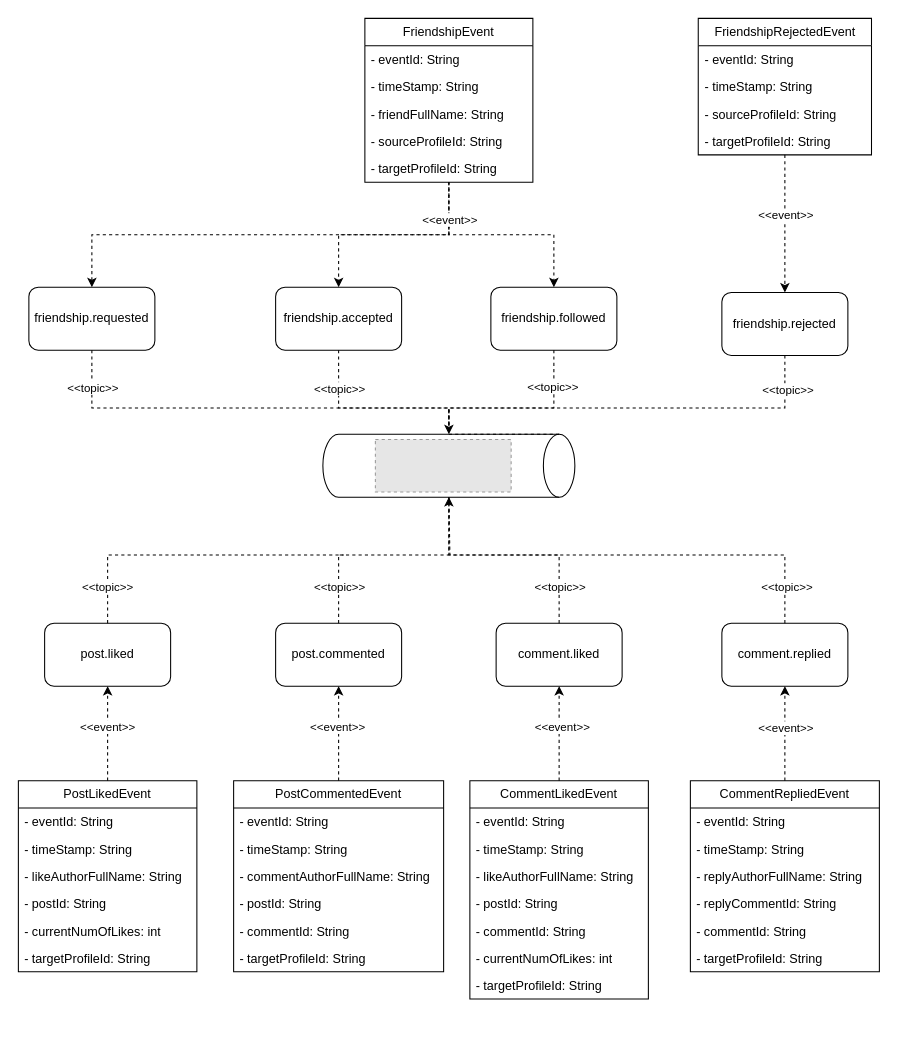
The draw.io diagram services/notifications-service/diagrams/notifications-kafka.drawio in szymonpoltorak/Social365, before the edit. Source tidied: cells renumbered, new cells numbered last; positions are measured from the earlier drawing's top-left corner, leaving out a move shared by most shapes. Both pictures are drawn from the tidied source at 105%, with x=0, y=0 at pixel (18, 18). Pictures stored in the file or linked from it are replaced by grey dashed boxes.
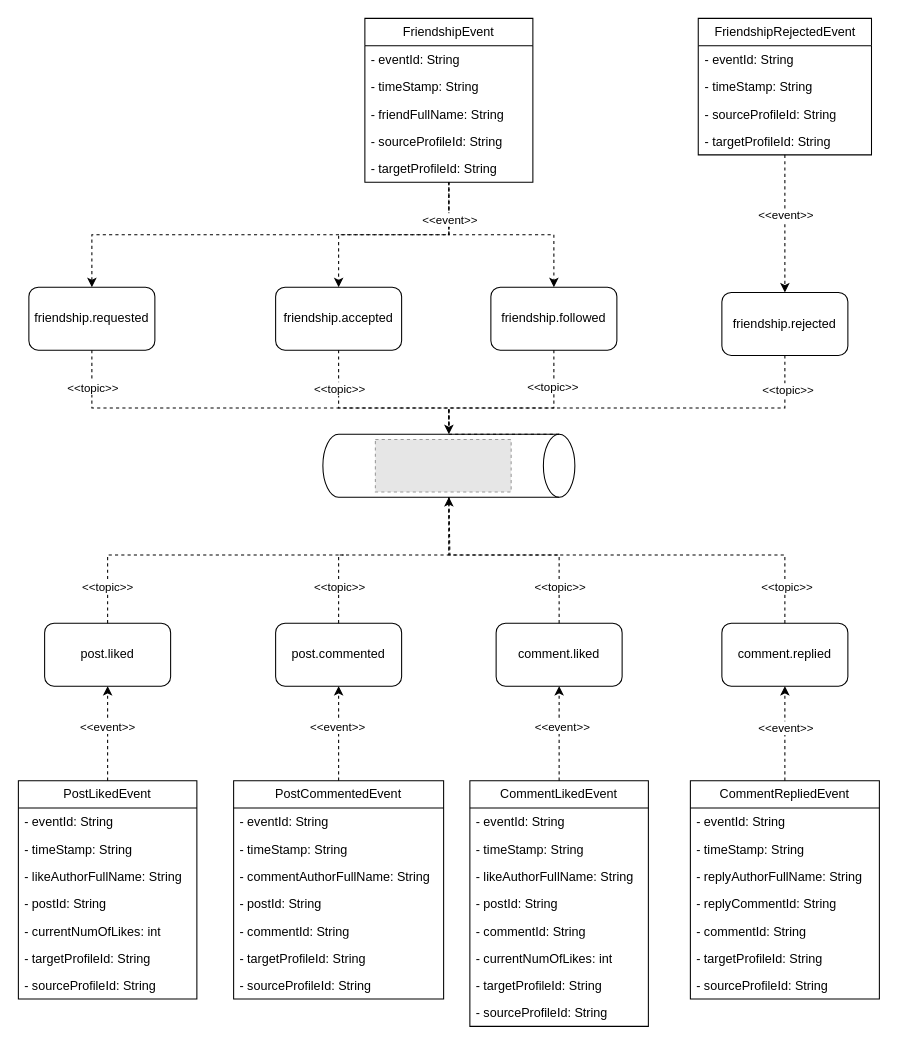
After the change.

The edit, as a diff of the source:
```diff
@@
     <mxCell id="29" value="PostLikedEvent" style="swimlane;fontStyle=0;horizontal=1;startSize=26;fillColor=none;whiteSpace=wrap;html=1;points=[[0,0,0,0,0],[0,0.25,0,0,0],[0,0.5,0,0,0],[0,0.75,0,0,0],[0,1,0,0,0],[0.25,0,0,0,0],[0.25,1,0,0,0],[0.5,0,0,0,0],[0.5,1,0,0,0],[0.75,0,0,0,0],[0.75,1,0,0,0],[1,0,0,0,0],[1,0.25,0,0,0],[1,0.5,0,0,0],[1,0.75,0,0,0],[1,1,0,0,0]];" parent="1" vertex="1">
-      <mxGeometry y="726" width="170" height="182" as="geometry" />
+      <mxGeometry y="726" width="170" height="208" as="geometry" />
     </mxCell>
@@
+    <mxCell id="83" value="- sourceProfileId: String" style="text;strokeColor=none;fillColor=none;align=left;verticalAlign=top;spacingLeft=4;spacingRight=4;overflow=hidden;whiteSpace=wrap;html=1;" parent="29" vertex="1">
+      <mxGeometry y="182" width="170" height="26" as="geometry" />
+    </mxCell>
@@
     <mxCell id="38" value="PostCommentedEvent" style="swimlane;fontStyle=0;horizontal=1;startSize=26;fillColor=none;whiteSpace=wrap;html=1;" parent="1" vertex="1">
-      <mxGeometry x="205" y="726" width="200" height="182" as="geometry" />
+      <mxGeometry x="205" y="726" width="200" height="208" as="geometry" />
     </mxCell>
@@
+    <mxCell id="84" value="- sourceProfileId: String" style="text;strokeColor=none;fillColor=none;align=left;verticalAlign=top;spacingLeft=4;spacingRight=4;overflow=hidden;whiteSpace=wrap;html=1;" parent="38" vertex="1">
+      <mxGeometry y="182" width="200" height="26" as="geometry" />
+    </mxCell>
@@
     <mxCell id="47" value="CommentLikedEvent" style="swimlane;fontStyle=0;horizontal=1;startSize=26;fillColor=none;whiteSpace=wrap;html=1;" parent="1" vertex="1">
-      <mxGeometry x="430" y="726" width="170" height="208" as="geometry" />
+      <mxGeometry x="430" y="726" width="170" height="234" as="geometry" />
     </mxCell>
@@
+    <mxCell id="85" value="- sourceProfileId: String" style="text;strokeColor=none;fillColor=none;align=left;verticalAlign=top;spacingLeft=4;spacingRight=4;overflow=hidden;whiteSpace=wrap;html=1;" parent="47" vertex="1">
+      <mxGeometry y="208" width="170" height="26" as="geometry" />
+    </mxCell>
@@
     <mxCell id="57" value="CommentRepliedEvent" style="swimlane;fontStyle=0;horizontal=1;startSize=26;fillColor=none;whiteSpace=wrap;html=1;" parent="1" vertex="1">
-      <mxGeometry x="640" y="726" width="180" height="182" as="geometry" />
+      <mxGeometry x="640" y="726" width="180" height="208" as="geometry" />
     </mxCell>
@@
+    <mxCell id="86" value="- sourceProfileId: String" style="text;strokeColor=none;fillColor=none;align=left;verticalAlign=top;spacingLeft=4;spacingRight=4;overflow=hidden;whiteSpace=wrap;html=1;" parent="57" vertex="1">
+      <mxGeometry y="182" width="180" height="26" as="geometry" />
+    </mxCell>
```
